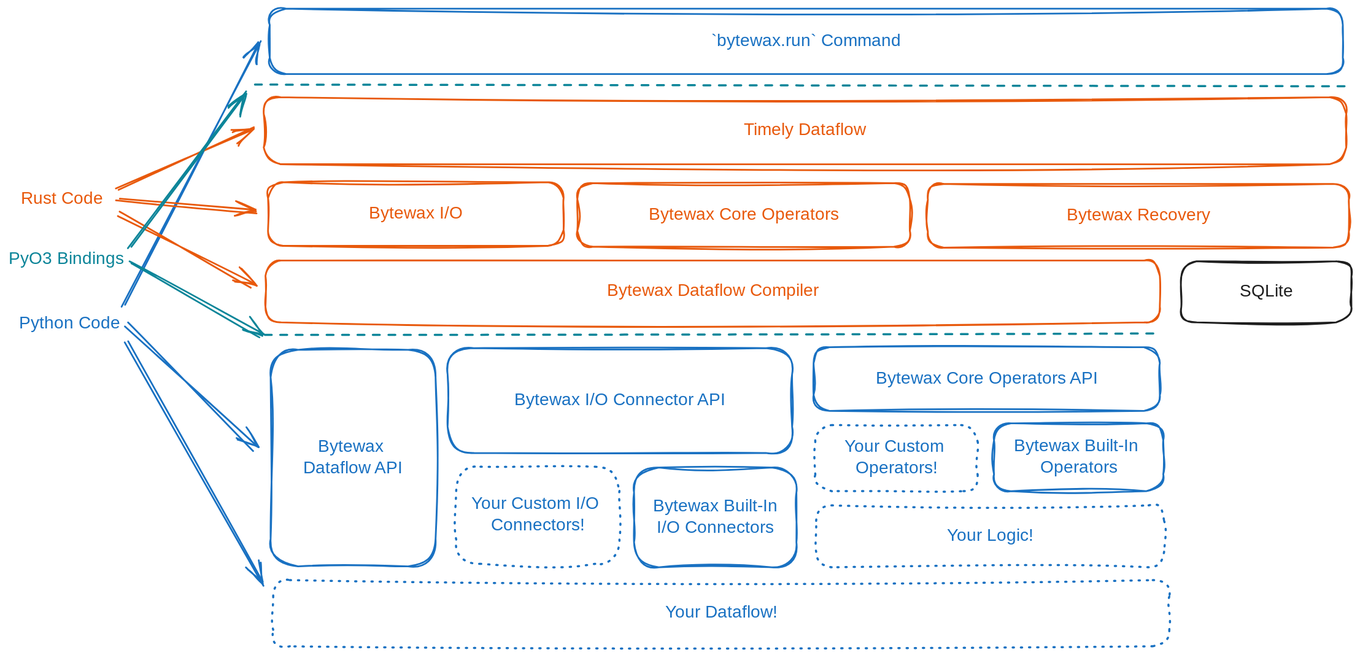
bytewax/bytewax keeps this Excalidraw diagram as docs/assets/arch-diagram.svg. Above is the earlier version. Source tidied: one line per element, renumbered; positions are measured from the earlier drawing's top-left corner, leaving out a move shared by most shapes.
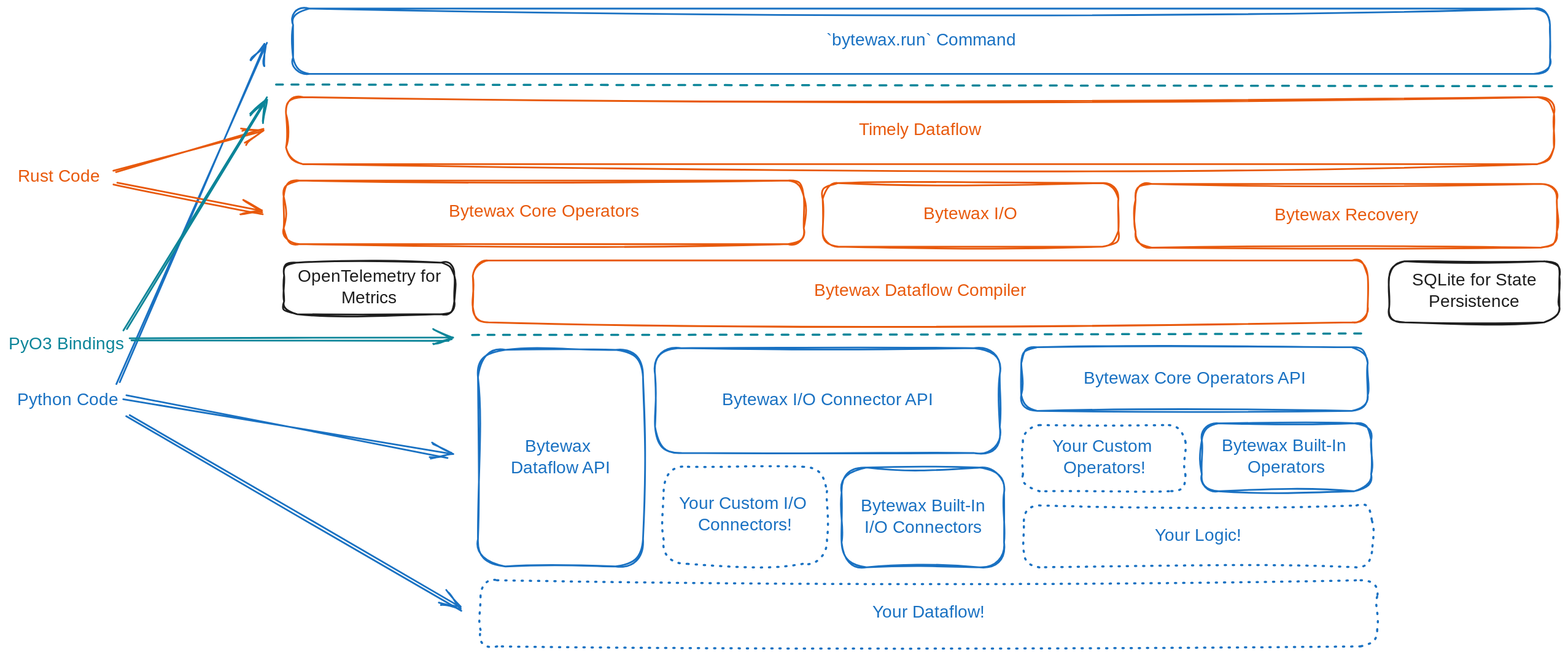
The same diagram one commit later.

Commit message:
Technical Architecture Overview Doc

Change to the diagram source:
```diff
@@ -1,16 +1,16 @@
-{"id": 0, "type": "rectangle", "strokeColor": "#1971c2", "strokeWidth": 2, "roughness": 2, "round": true, "x": 304, "y": 0, "width": 1249, "height": 76}
+{"id": 0, "type": "rectangle", "strokeColor": "#1971c2", "strokeWidth": 2, "roughness": 2, "round": true, "x": 90, "y": 0, "width": 1462, "height": 76}
-{"id": 1, "type": "text", "text": "`bytewax.run` Command", "strokeColor": "#1971c2", "strokeWidth": 2, "roughness": 2, "fontSize": 20, "fontFamily": 1, "textAlign": "center", "verticalAlign": "middle", "inside": 0, "x": 816, "y": 26, "width": 224, "height": 25}
+{"id": 1, "type": "text", "text": "`bytewax.run` Command", "strokeColor": "#1971c2", "strokeWidth": 2, "roughness": 2, "fontSize": 20, "fontFamily": 1, "textAlign": "center", "verticalAlign": "middle", "inside": 0, "x": 709, "y": 26, "width": 224, "height": 25}
-{"id": 2, "type": "rectangle", "strokeColor": "#e8590c", "strokeWidth": 2, "roughness": 2, "round": true, "x": 297, "y": 103, "width": 1260, "height": 78}
+{"id": 2, "type": "rectangle", "strokeColor": "#e8590c", "strokeWidth": 2, "roughness": 2, "round": true, "x": 82, "y": 103, "width": 1475, "height": 78}
-{"id": 3, "type": "text", "text": "Timely Dataflow", "strokeColor": "#e8590c", "strokeWidth": 2, "roughness": 2, "fontSize": 20, "fontFamily": 1, "textAlign": "center", "verticalAlign": "middle", "inside": 2, "x": 847, "y": 130, "width": 161, "height": 25}
+{"id": 3, "type": "text", "text": "Timely Dataflow", "strokeColor": "#e8590c", "strokeWidth": 2, "roughness": 2, "fontSize": 20, "fontFamily": 1, "textAlign": "center", "verticalAlign": "middle", "inside": 2, "x": 739, "y": 130, "width": 161, "height": 25}
 {"id": 4, "type": "rectangle", "strokeColor": "#e8590c", "strokeWidth": 2, "roughness": 2, "round": true, "x": 1070, "y": 204, "width": 490, "height": 74}
 {"id": 5, "type": "text", "text": "Bytewax Recovery", "strokeColor": "#e8590c", "strokeWidth": 2, "roughness": 2, "fontSize": 20, "fontFamily": 1, "textAlign": "center", "verticalAlign": "middle", "inside": 4, "x": 1226, "y": 228, "width": 178, "height": 25}
-{"id": 6, "type": "line", "strokeColor": "#0c8599", "strokeWidth": 2, "strokeStyle": "dashed", "roughness": 2, "round": true, "x": 289, "y": 89, "width": 1270, "height": 1, "points": [[0, 0], [1270, -1]]}
+{"id": 6, "type": "line", "strokeColor": "#0c8599", "strokeWidth": 2, "strokeStyle": "dashed", "roughness": 2, "round": true, "x": 72, "y": 89, "width": 1487, "height": 1, "points": [[0, 0], [1487, -1]]}
-{"id": 7, "type": "rectangle", "strokeColor": "#e8590c", "strokeWidth": 2, "roughness": 2, "round": true, "x": 302, "y": 202, "width": 344, "height": 74}
+{"id": 7, "type": "rectangle", "strokeColor": "#e8590c", "strokeWidth": 2, "roughness": 2, "round": true, "x": 706, "y": 203, "width": 344, "height": 74}
-{"id": 8, "type": "text", "text": "Bytewax I/O", "strokeColor": "#e8590c", "strokeWidth": 2, "roughness": 2, "fontSize": 20, "fontFamily": 1, "textAlign": "center", "verticalAlign": "middle", "inside": 7, "x": 410, "y": 226, "width": 128, "height": 25}
+{"id": 8, "type": "text", "text": "Bytewax I/O", "strokeColor": "#e8590c", "strokeWidth": 2, "roughness": 2, "fontSize": 20, "fontFamily": 1, "textAlign": "center", "verticalAlign": "middle", "inside": 7, "x": 814, "y": 228, "width": 128, "height": 25}
-{"id": 9, "type": "rectangle", "strokeColor": "#e8590c", "strokeWidth": 2, "roughness": 2, "round": true, "x": 662, "y": 203, "width": 387, "height": 74}
+{"id": 9, "type": "rectangle", "strokeColor": "#e8590c", "strokeWidth": 2, "roughness": 2, "round": true, "x": 79, "y": 200, "width": 605, "height": 74}
-{"id": 10, "type": "text", "text": "Bytewax Core Operators", "strokeColor": "#e8590c", "strokeWidth": 2, "roughness": 2, "fontSize": 20, "fontFamily": 1, "textAlign": "center", "verticalAlign": "middle", "inside": 9, "x": 733, "y": 228, "width": 246, "height": 25}
+{"id": 10, "type": "text", "text": "Bytewax Core Operators", "strokeColor": "#e8590c", "strokeWidth": 2, "roughness": 2, "fontSize": 20, "fontFamily": 1, "textAlign": "center", "verticalAlign": "middle", "inside": 9, "x": 259, "y": 224, "width": 246, "height": 25}
 {"id": 11, "type": "rectangle", "strokeColor": "#1e1e1e", "strokeWidth": 2, "roughness": 2, "round": true, "x": 1365, "y": 294, "width": 198, "height": 71}
-{"id": 12, "type": "text", "text": "SQLite", "strokeColor": "#1e1e1e", "strokeWidth": 2, "roughness": 2, "fontSize": 20, "fontFamily": 1, "textAlign": "center", "verticalAlign": "middle", "inside": 11, "x": 1432, "y": 317, "width": 65, "height": 25}
+{"id": 12, "type": "text", "text": "SQLite for State\nPersistence", "strokeColor": "#1e1e1e", "strokeWidth": 2, "roughness": 2, "fontSize": 20, "fontFamily": 1, "textAlign": "center", "verticalAlign": "middle", "inside": 11, "x": 1377, "y": 304, "width": 173, "height": 50}
 {"id": 13, "type": "rectangle", "strokeColor": "#1971c2", "strokeWidth": 2, "roughness": 2, "round": true, "x": 937, "y": 394, "width": 403, "height": 74}
 {"id": 14, "type": "text", "text": "Bytewax Core Operators API", "strokeColor": "#1971c2", "strokeWidth": 2, "roughness": 2, "fontSize": 20, "fontFamily": 1, "textAlign": "center", "verticalAlign": "middle", "inside": 13, "x": 992, "y": 418, "width": 293, "height": 25}
 {"id": 15, "type": "rectangle", "strokeColor": "#1971c2", "strokeWidth": 2, "roughness": 2, "round": true, "x": 511, "y": 395, "width": 401, "height": 122}
@@ -22,13 +22,13 @@
 {"id": 21, "type": "text", "text": "Bytewax \nDataflow API", "strokeColor": "#1971c2", "strokeWidth": 2, "roughness": 2, "fontSize": 20, "fontFamily": 1, "textAlign": "center", "verticalAlign": "middle", "inside": 20, "x": 331, "y": 498, "width": 139, "height": 50}
 {"id": 22, "type": "rectangle", "strokeColor": "#1971c2", "strokeWidth": 2, "strokeStyle": "dotted", "roughness": 2, "round": true, "x": 308, "y": 665, "width": 1043, "height": 77}
 {"id": 23, "type": "text", "text": "Your Dataflow!", "strokeColor": "#1971c2", "strokeWidth": 2, "strokeStyle": "dashed", "roughness": 2, "fontSize": 20, "fontFamily": 1, "textAlign": "center", "verticalAlign": "middle", "inside": 22, "x": 755, "y": 691, "width": 149, "height": 25}
-{"id": 24, "type": "text", "text": "Python Code", "strokeColor": "#1971c2", "strokeWidth": 2, "roughness": 2, "fontSize": 20, "fontFamily": 1, "x": 12, "y": 354, "width": 120, "height": 25}
+{"id": 24, "type": "text", "text": "Python Code", "strokeColor": "#1971c2", "strokeWidth": 2, "roughness": 2, "fontSize": 20, "fontFamily": 1, "x": -231, "y": 444, "width": 120, "height": 25}
-{"id": 25, "type": "arrow", "strokeColor": "#1971c2", "strokeWidth": 2, "roughness": 2, "endArrowhead": "arrow", "round": true, "from": 24, "to": 0, "x": 134, "y": 346, "width": 160, "height": 306, "points": [[0, 0], [160, -306]]}
+{"id": 25, "type": "arrow", "strokeColor": "#1971c2", "strokeWidth": 2, "roughness": 2, "endArrowhead": "arrow", "round": true, "from": 24, "x": -113, "y": 436, "width": 173, "height": 394, "points": [[0, 0], [173, -394]]}
-{"id": 26, "type": "arrow", "strokeColor": "#1971c2", "strokeWidth": 2, "roughness": 2, "endArrowhead": "arrow", "round": true, "from": 24, "to": 20, "x": 140, "y": 368, "width": 146, "height": 146, "points": [[0, 0], [146, 146]]}
+{"id": 26, "type": "arrow", "strokeColor": "#1971c2", "strokeWidth": 2, "roughness": 2, "endArrowhead": "arrow", "round": true, "from": 24, "x": -103, "y": 453, "width": 374, "height": 69, "points": [[0, 0], [374, 69]]}
-{"id": 27, "type": "text", "text": "Rust Code", "strokeColor": "#e8590c", "strokeWidth": 2, "roughness": 2, "fontSize": 20, "fontFamily": 1, "x": 14, "y": 209, "width": 103, "height": 25}
+{"id": 27, "type": "text", "text": "Rust Code", "strokeColor": "#e8590c", "strokeWidth": 2, "roughness": 2, "fontSize": 20, "fontFamily": 1, "x": -230, "y": 184, "width": 103, "height": 25}
-{"id": 28, "type": "arrow", "strokeColor": "#e8590c", "strokeWidth": 2, "roughness": 2, "endArrowhead": "arrow", "round": true, "from": 27, "to": 7, "x": 126, "y": 222, "width": 162, "height": 14, "points": [[0, 0], [162, 14]]}
+{"id": 28, "type": "arrow", "strokeColor": "#e8590c", "strokeWidth": 2, "roughness": 2, "endArrowhead": "arrow", "round": true, "from": 27, "x": -118, "y": 204, "width": 172, "height": 34, "points": [[0, 0], [172, 34]]}
-{"id": 29, "type": "text", "text": "PyO3 Bindings", "strokeColor": "#0c8599", "strokeWidth": 2, "roughness": 2, "fontSize": 20, "fontFamily": 1, "x": 0, "y": 279, "width": 135, "height": 25}
+{"id": 29, "type": "text", "text": "PyO3 Bindings", "strokeColor": "#0c8599", "strokeWidth": 2, "roughness": 2, "fontSize": 20, "fontFamily": 1, "x": -241, "y": 379, "width": 135, "height": 25}
-{"id": 30, "type": "arrow", "strokeColor": "#e8590c", "strokeWidth": 2, "roughness": 2, "endArrowhead": "arrow", "round": true, "from": 27, "to": 2, "x": 127, "y": 209, "width": 155, "height": 70, "points": [[0, 0], [155, -70]]}
+{"id": 30, "type": "arrow", "strokeColor": "#e8590c", "strokeWidth": 2, "roughness": 2, "endArrowhead": "arrow", "round": true, "from": 27, "x": -117, "y": 189, "width": 169, "height": 47, "points": [[0, 0], [169, -47]]}
 {"id": 31, "type": "rectangle", "strokeColor": "#1971c2", "strokeWidth": 2, "roughness": 2, "round": true, "x": 728, "y": 534, "width": 189, "height": 116}
 {"id": 32, "type": "text", "text": "Bytewax Built-In\nI/O Connectors", "strokeColor": "#1971c2", "strokeWidth": 2, "roughness": 2, "fontSize": 20, "fontFamily": 1, "textAlign": "center", "verticalAlign": "middle", "inside": 31, "x": 738, "y": 567, "width": 168, "height": 50}
 {"id": 33, "type": "rectangle", "strokeColor": "#1971c2", "strokeWidth": 2, "roughness": 2, "round": true, "x": 1147, "y": 482, "width": 197, "height": 79}
@@ -37,9 +37,10 @@
 {"id": 36, "type": "text", "text": "Your Custom I/O \nConnectors!", "strokeColor": "#1971c2", "strokeWidth": 2, "roughness": 2, "fontSize": 20, "fontFamily": 1, "textAlign": "center", "verticalAlign": "middle", "inside": 35, "x": 528, "y": 564, "width": 177, "height": 50}
 {"id": 37, "type": "rectangle", "strokeColor": "#1971c2", "strokeWidth": 2, "strokeStyle": "dotted", "roughness": 2, "round": true, "x": 939, "y": 484, "width": 189, "height": 77}
 {"id": 38, "type": "text", "text": "Your Custom \nOperators!", "strokeColor": "#1971c2", "strokeWidth": 2, "roughness": 2, "fontSize": 20, "fontFamily": 1, "textAlign": "center", "verticalAlign": "middle", "inside": 37, "x": 968, "y": 498, "width": 132, "height": 50}
-{"id": 39, "type": "arrow", "strokeColor": "#e8590c", "strokeWidth": 2, "roughness": 2, "endArrowhead": "arrow", "round": true, "from": 27, "to": 18, "x": 127, "y": 238, "width": 157, "height": 85, "points": [[0, 0], [157, 85]]}
-{"id": 40, "type": "arrow", "strokeColor": "#0c8599", "strokeWidth": 2, "roughness": 2, "endArrowhead": "arrow", "round": true, "from": 29, "x": 141, "y": 277, "width": 133, "height": 181, "points": [[0, 0], [133, -181]]}
+{"id": 40, "type": "arrow", "strokeColor": "#0c8599", "strokeWidth": 2, "roughness": 2, "endArrowhead": "arrow", "round": true, "from": 29, "x": -105, "y": 373, "width": 162, "height": 270, "points": [[0, 0], [162, -270]]}
-{"id": 41, "type": "arrow", "strokeColor": "#0c8599", "strokeWidth": 2, "roughness": 2, "endArrowhead": "arrow", "round": true, "from": 29, "to": 20, "x": 140, "y": 296, "width": 154, "height": 84, "points": [[0, 0], [154, 84]]}
+{"id": 41, "type": "arrow", "strokeColor": "#0c8599", "strokeWidth": 2, "roughness": 2, "endArrowhead": "arrow", "round": true, "from": 29, "x": -101, "y": 386, "width": 374, "height": 2, "points": [[0, 0], [374, -2]]}
-{"id": 42, "type": "arrow", "strokeColor": "#1971c2", "strokeWidth": 2, "roughness": 2, "endArrowhead": "arrow", "round": true, "from": 24, "to": 22, "x": 137, "y": 386, "width": 157, "height": 284, "points": [[0, 0], [157, 284]]}
+{"id": 42, "type": "arrow", "strokeColor": "#1971c2", "strokeWidth": 2, "roughness": 2, "endArrowhead": "arrow", "round": true, "from": 24, "x": -102, "y": 472, "width": 385, "height": 227, "points": [[0, 0], [385, 227]]}
 {"id": 43, "type": "rectangle", "strokeColor": "#1971c2", "strokeWidth": 2, "strokeStyle": "dotted", "roughness": 2, "round": true, "x": 940, "y": 578, "width": 405, "height": 72}
 {"id": 44, "type": "text", "text": "Your Logic!", "strokeColor": "#1971c2", "strokeWidth": 2, "strokeStyle": "dotted", "roughness": 2, "fontSize": 20, "fontFamily": 1, "textAlign": "center", "verticalAlign": "middle", "inside": 43, "x": 1090, "y": 602, "width": 105, "height": 25}
+{"id": 45, "type": "rectangle", "strokeColor": "#1e1e1e", "strokeWidth": 2, "roughness": 2, "round": true, "x": 80, "y": 296, "width": 198, "height": 60}
+{"id": 46, "type": "text", "text": "OpenTelemetry for\nMetrics", "strokeColor": "#1e1e1e", "strokeWidth": 2, "roughness": 2, "fontSize": 20, "fontFamily": 1, "textAlign": "center", "verticalAlign": "middle", "inside": 45, "x": 88, "y": 300, "width": 180, "height": 50}
```
